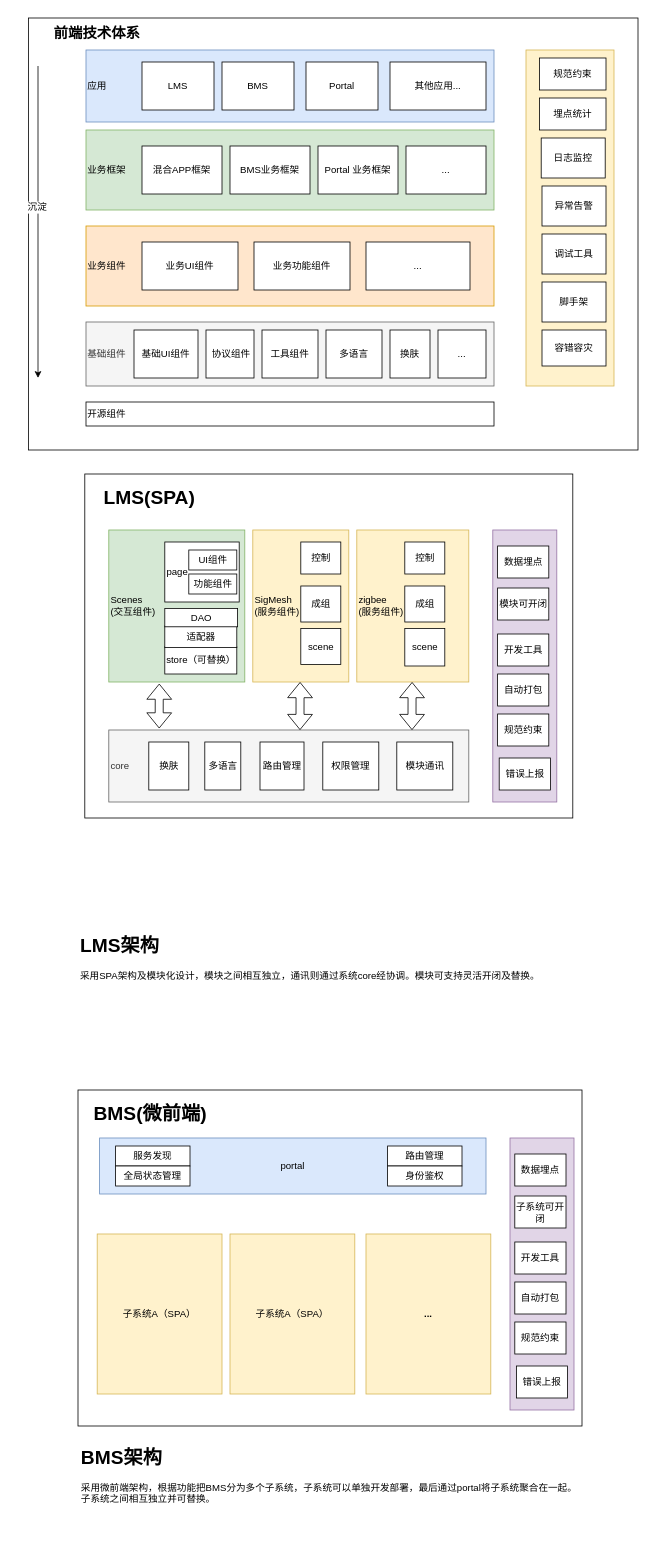
Before: Untitled Diagram.drawio in zechau/demos, a draw.io diagram. Source tidied: cells renumbered, new cells numbered last; positions are measured from the earlier drawing's top-left corner, leaving out a move shared by most shapes. Both pictures are drawn from the tidied source at 80%, with x=0, y=0 at pixel (28, 18).
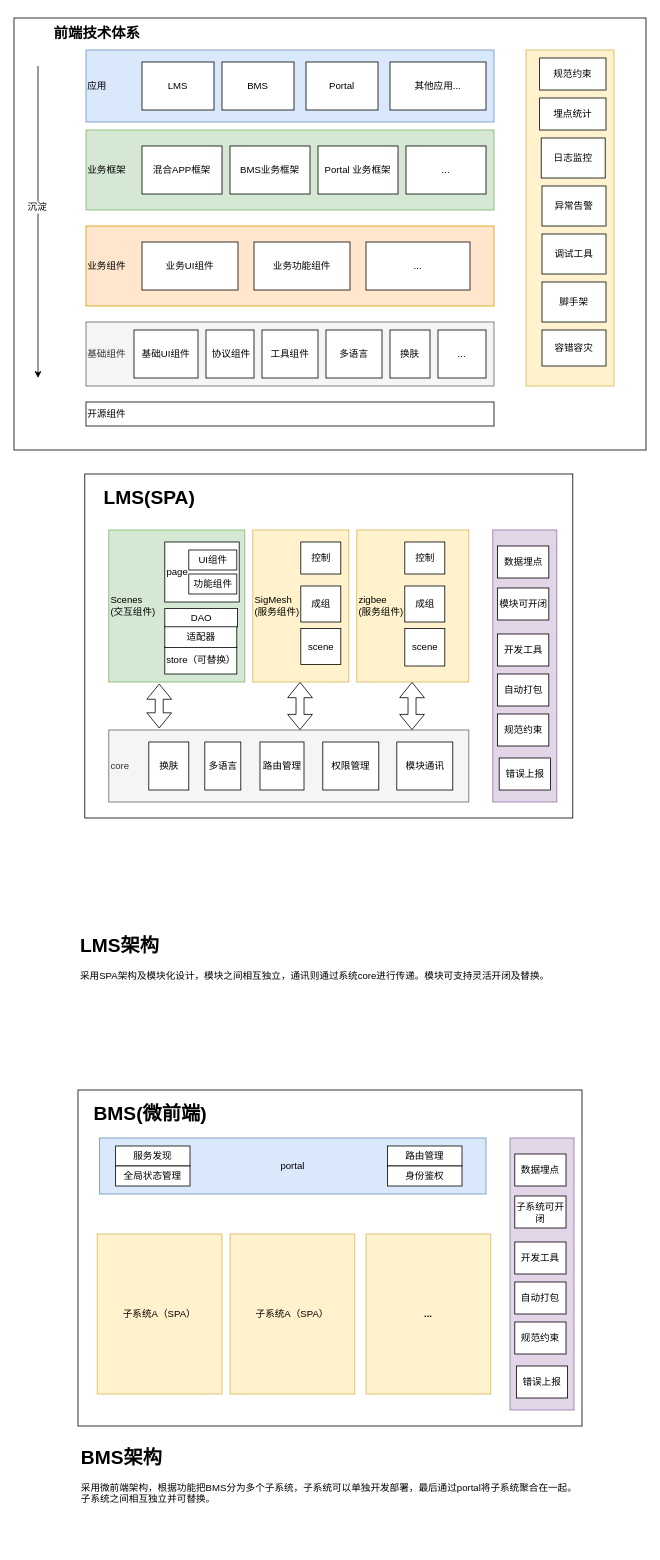
After the change.

Diff of the diagram source:
```diff
@@
     <mxCell id="2" style="rounded=0;whiteSpace=wrap;html=1;" parent="1" vertex="1">
-      <mxGeometry width="762" height="540" as="geometry" />
+      <mxGeometry x="-18" width="790" height="540" as="geometry" />
     </mxCell>
@@
-    <mxCell id="86" value="&lt;h1&gt;LMS架构&lt;/h1&gt;&lt;p&gt;采用SPA架构及模块化设计，模块之间相互独立，通讯则通过系统core经协调。模块可支持灵活开闭及替换。&lt;/p&gt;" style="text;html=1;strokeColor=none;fillColor=none;spacing=5;spacingTop=-20;whiteSpace=wrap;overflow=hidden;rounded=0;" parent="1" vertex="1">
+    <mxCell id="86" value="&lt;h1&gt;LMS架构&lt;/h1&gt;&lt;p&gt;采用SPA架构及模块化设计，模块之间相互独立，通讯则通过系统core进行传递。模块可支持灵活开闭及替换。&lt;/p&gt;" style="text;html=1;strokeColor=none;fillColor=none;spacing=5;spacingTop=-20;whiteSpace=wrap;overflow=hidden;rounded=0;" parent="1" vertex="1">
       <mxGeometry x="60" y="1140" width="612" height="110" as="geometry" />
     </mxCell>
```
